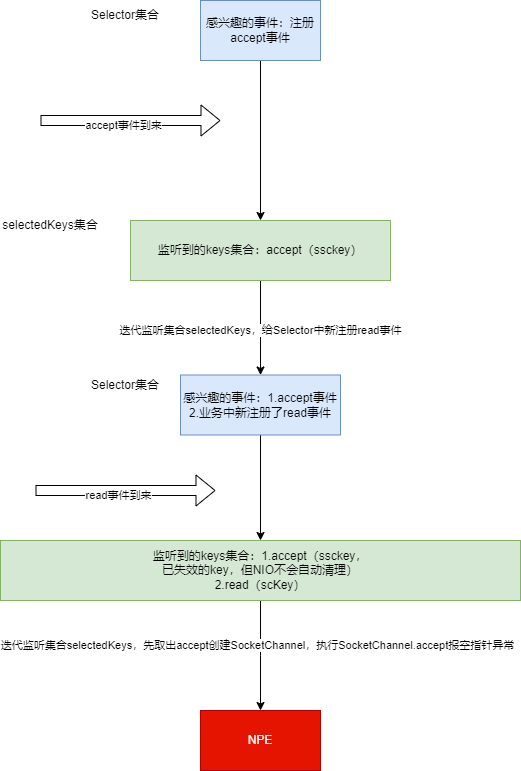
Earlier version of the draw.io export NIO处理accept事件.drawio.png (lyflexi/draw.io-online). Source tidied: cells renumbered, new cells last; positions are measured from the earlier drawing's top-left corner, leaving out a move shared by most shapes.
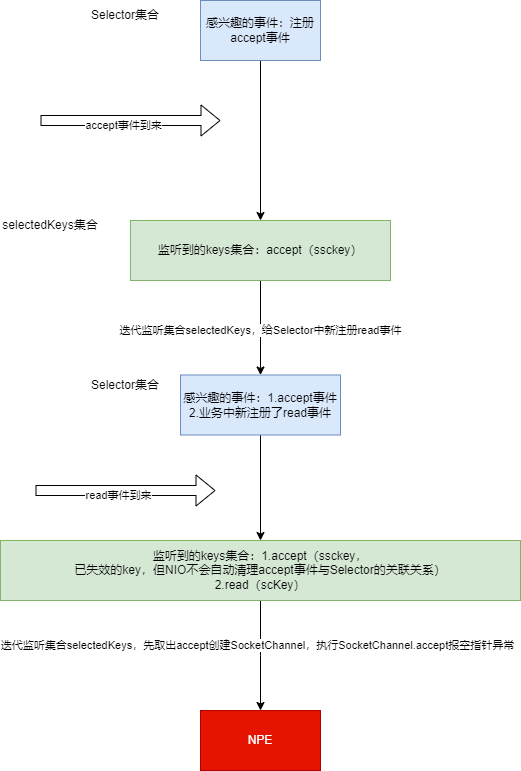
After the commit.

Commit message:
更新NIO处理accept事件.drawio.png

What changed in the source:
```diff
@@ -31,7 +31,7 @@
     <mxCell id="10" value="迭代监听集合selectedKeys，先取出accept创建SocketChannel，执行SocketChannel.accept报空指针异常" style="edgeLabel;html=1;align=center;verticalAlign=middle;" parent="9" vertex="1">
       <mxGeometry x="-0.2" y="-4" relative="1" as="geometry" />
     </mxCell>
-    <mxCell id="11" value="监听到的keys集合：1.accept（ssckey，&lt;br&gt;已失效的key，但NIO不会自动清理）&lt;br&gt;2.read（scKey）" style="rounded=0;whiteSpace=wrap;html=1;fillColor=#d5e8d4;strokeColor=#82b366;" parent="1" vertex="1">
+    <mxCell id="11" value="监听到的keys集合：1.accept（ssckey，&lt;br&gt;已失效的key，但NIO不会自动清理accept事件与Selector的关联关系）&lt;br&gt;2.read（scKey）" style="rounded=0;whiteSpace=wrap;html=1;fillColor=#d5e8d4;strokeColor=#82b366;" parent="1" vertex="1">
       <mxGeometry y="540" width="520" height="60" as="geometry" />
     </mxCell>
     <mxCell id="12" style="shape=flexArrow;endArrow=classic;html=1;rounded=0;" parent="1" edge="1">
```
